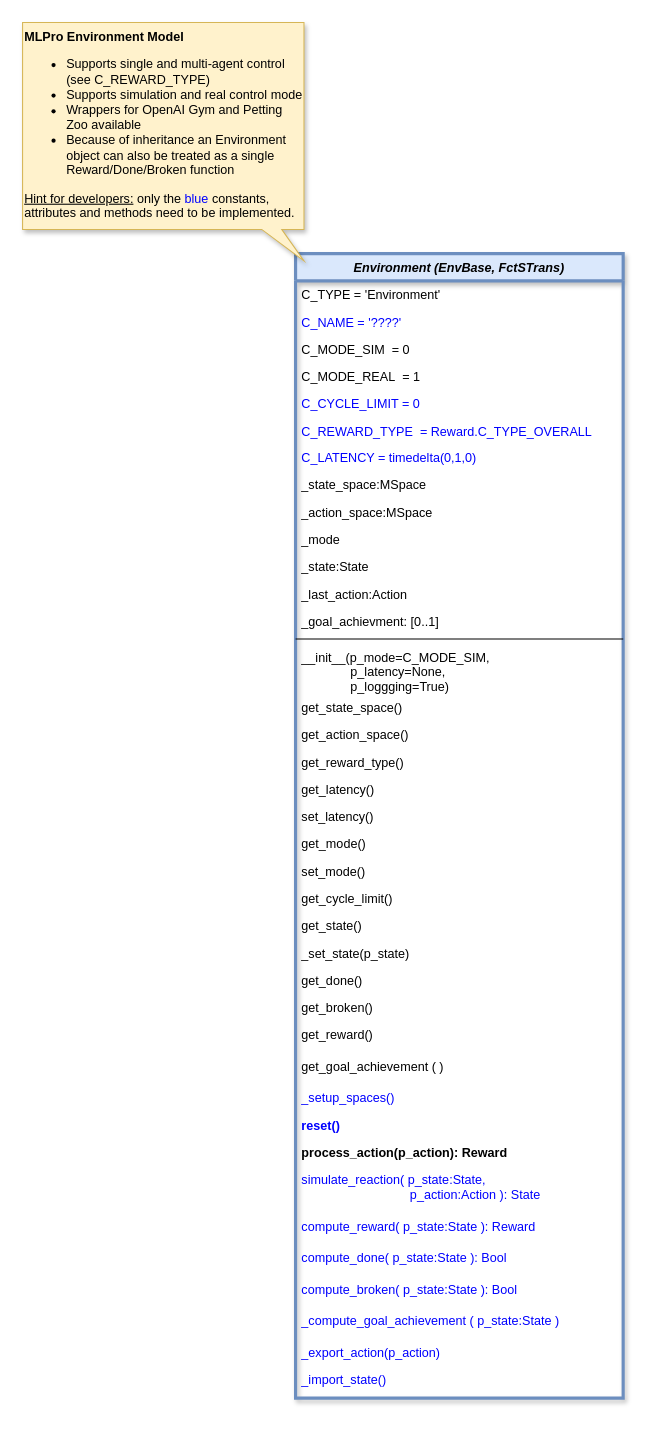
Before: doc/rl/02 env/MLPro-RL-Env class Environment commented.drawio in fhswf/MLPro, a draw.io diagram. Source tidied: cells renumbered, new cells numbered last; positions are measured from the earlier drawing's top-left corner, leaving out a move shared by most shapes. Both pictures are drawn from the tidied source at 105%, with x=0, y=0 at pixel (22, 22).
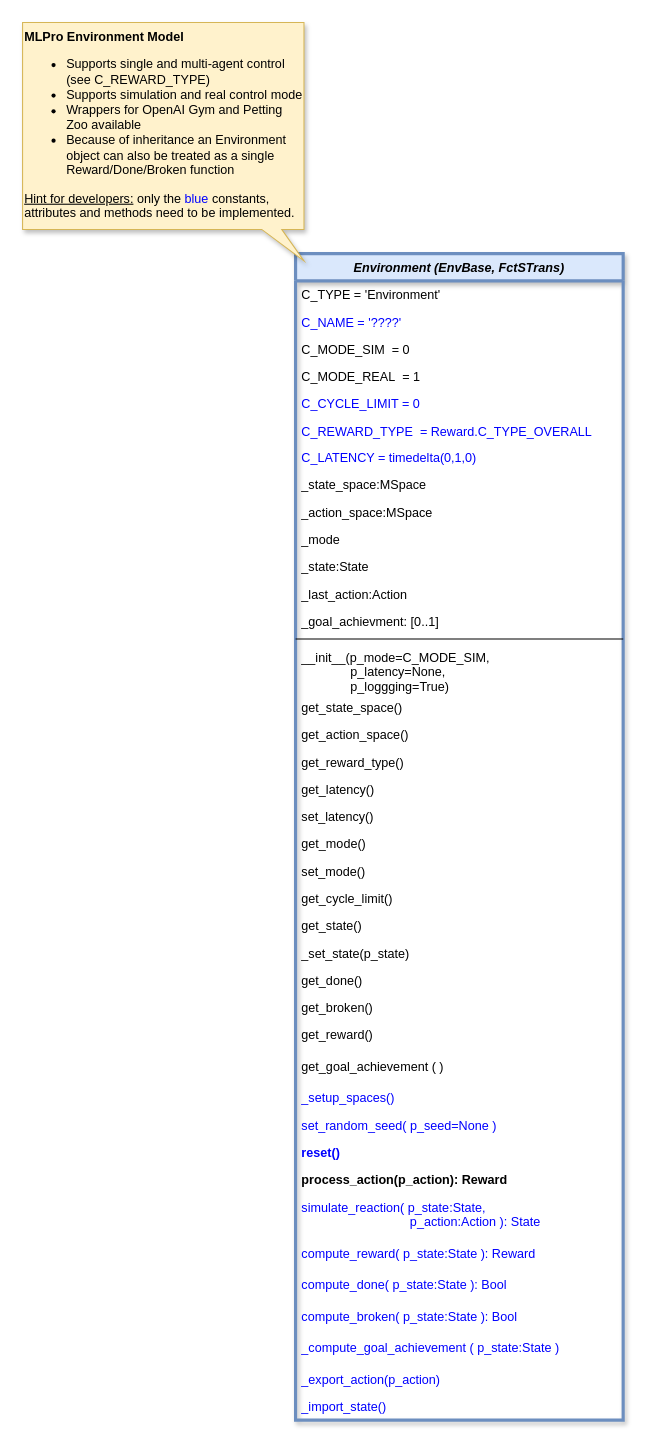
Above is the later version.

Change to the diagram source:
```diff
@@
     <mxCell id="2" value="Environment (EnvBase, FctSTrans)" style="swimlane;fontStyle=3;align=center;verticalAlign=top;horizontal=1;startSize=26;rounded=0;shadow=1;strokeWidth=3;fillColor=#dae8fc;strokeColor=#6c8ebf;" parent="1" vertex="1">
-      <mxGeometry x="260" y="220" width="312" height="1090" as="geometry" />
+      <mxGeometry x="260" y="220" width="312" height="1111" as="geometry" />
     </mxCell>
@@
+    <mxCell id="43" value="set_random_seed( p_seed=None )" style="text;align=left;verticalAlign=top;spacingLeft=4;spacingRight=4;overflow=hidden;fontColor=#0000FF;fontStyle=0;" parent="2" vertex="1">
+      <mxGeometry y="817" width="312" height="26" as="geometry" />
+    </mxCell>
     <mxCell id="33" value="reset()" style="text;align=left;verticalAlign=top;spacingLeft=4;spacingRight=4;overflow=hidden;fontColor=#0000FF;fontStyle=1;" parent="2" vertex="1">
-      <mxGeometry y="817" width="312" height="26" as="geometry" />
+      <mxGeometry y="843" width="312" height="26" as="geometry" />
     </mxCell>
     <mxCell id="34" value="process_action(p_action): Reward" style="text;align=left;verticalAlign=top;spacingLeft=4;spacingRight=4;overflow=hidden;fontStyle=1;" parent="2" vertex="1">
-      <mxGeometry y="843" width="312" height="26" as="geometry" />
+      <mxGeometry y="869" width="312" height="26" as="geometry" />
     </mxCell>
     <mxCell id="35" value="simulate_reaction( p_state:State, &#10;                               p_action:Action ): State" style="text;align=left;verticalAlign=top;spacingLeft=4;spacingRight=4;overflow=hidden;fontColor=#0000FF;" parent="2" vertex="1">
-      <mxGeometry y="869" width="312" height="44" as="geometry" />
+      <mxGeometry y="895" width="312" height="44" as="geometry" />
     </mxCell>
     <mxCell id="36" value="compute_reward( p_state:State ): Reward" style="text;align=left;verticalAlign=top;spacingLeft=4;spacingRight=4;overflow=hidden;fontColor=#0000FF;" parent="2" vertex="1">
-      <mxGeometry y="913" width="312" height="30" as="geometry" />
+      <mxGeometry y="939" width="312" height="30" as="geometry" />
     </mxCell>
     <mxCell id="37" value="compute_done( p_state:State ): Bool" style="text;align=left;verticalAlign=top;spacingLeft=4;spacingRight=4;overflow=hidden;fontColor=#0000FF;" parent="2" vertex="1">
-      <mxGeometry y="943" width="312" height="30" as="geometry" />
+      <mxGeometry y="969" width="312" height="30" as="geometry" />
     </mxCell>
     <mxCell id="38" value="compute_broken( p_state:State ): Bool" style="text;align=left;verticalAlign=top;spacingLeft=4;spacingRight=4;overflow=hidden;fontColor=#0000FF;" parent="2" vertex="1">
-      <mxGeometry y="973" width="312" height="30" as="geometry" />
+      <mxGeometry y="999" width="312" height="30" as="geometry" />
     </mxCell>
     <mxCell id="39" value="_compute_goal_achievement ( p_state:State )" style="text;align=left;verticalAlign=top;spacingLeft=4;spacingRight=4;overflow=hidden;fontColor=#0000FF;" parent="2" vertex="1">
-      <mxGeometry y="1003" width="312" height="30" as="geometry" />
+      <mxGeometry y="1029" width="312" height="30" as="geometry" />
     </mxCell>
     <mxCell id="40" value="_export_action(p_action)" style="text;align=left;verticalAlign=top;spacingLeft=4;spacingRight=4;overflow=hidden;fontColor=#0000FF;" parent="2" vertex="1">
-      <mxGeometry y="1033" width="312" height="26" as="geometry" />
+      <mxGeometry y="1059" width="312" height="26" as="geometry" />
     </mxCell>
     <mxCell id="41" value="_import_state()" style="text;align=left;verticalAlign=top;spacingLeft=4;spacingRight=4;overflow=hidden;fontColor=#0000FF;" parent="2" vertex="1">
-      <mxGeometry y="1059" width="312" height="26" as="geometry" />
+      <mxGeometry y="1085" width="312" height="26" as="geometry" />
     </mxCell>
```
